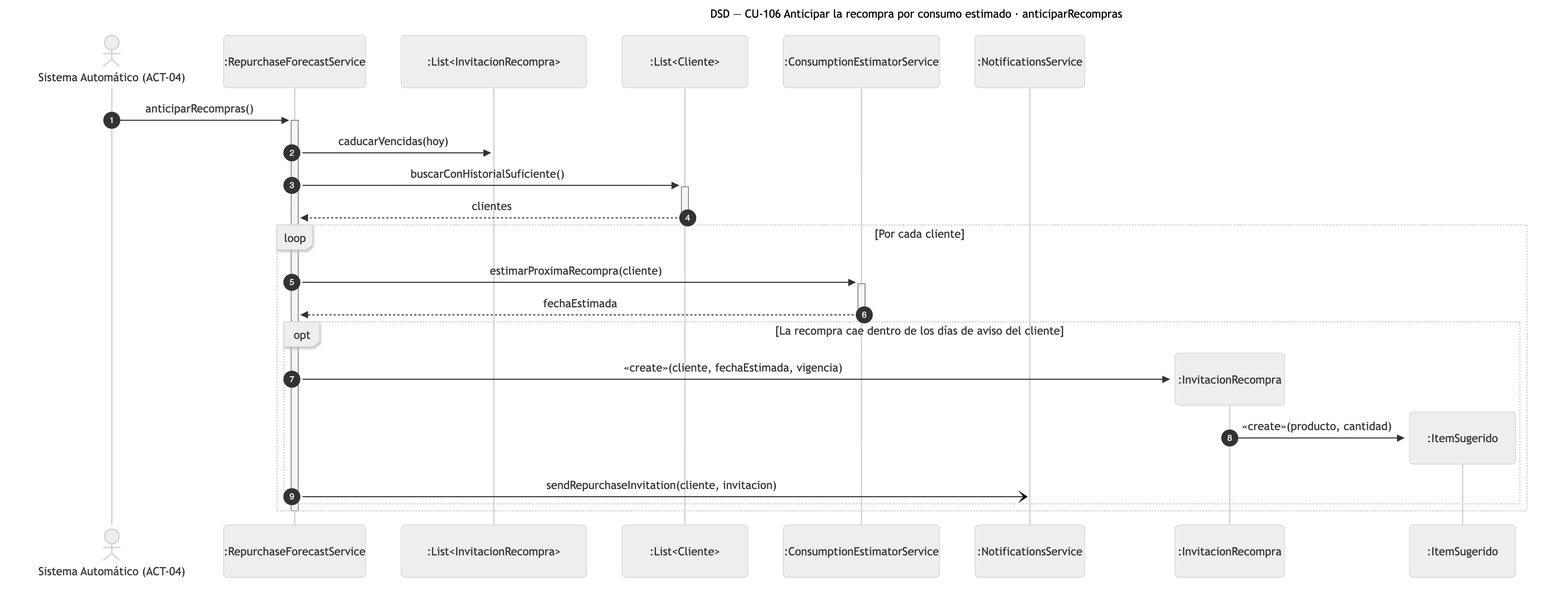
Before: diagramas/png/DSD_CU-106_anticiparRecompras.png, a diagram exported from Mermaid (Nahuelito-Dev/splg-docs). Its source is kept beside it as diagramas/DSD_CU-106_anticiparRecompras.mmd.
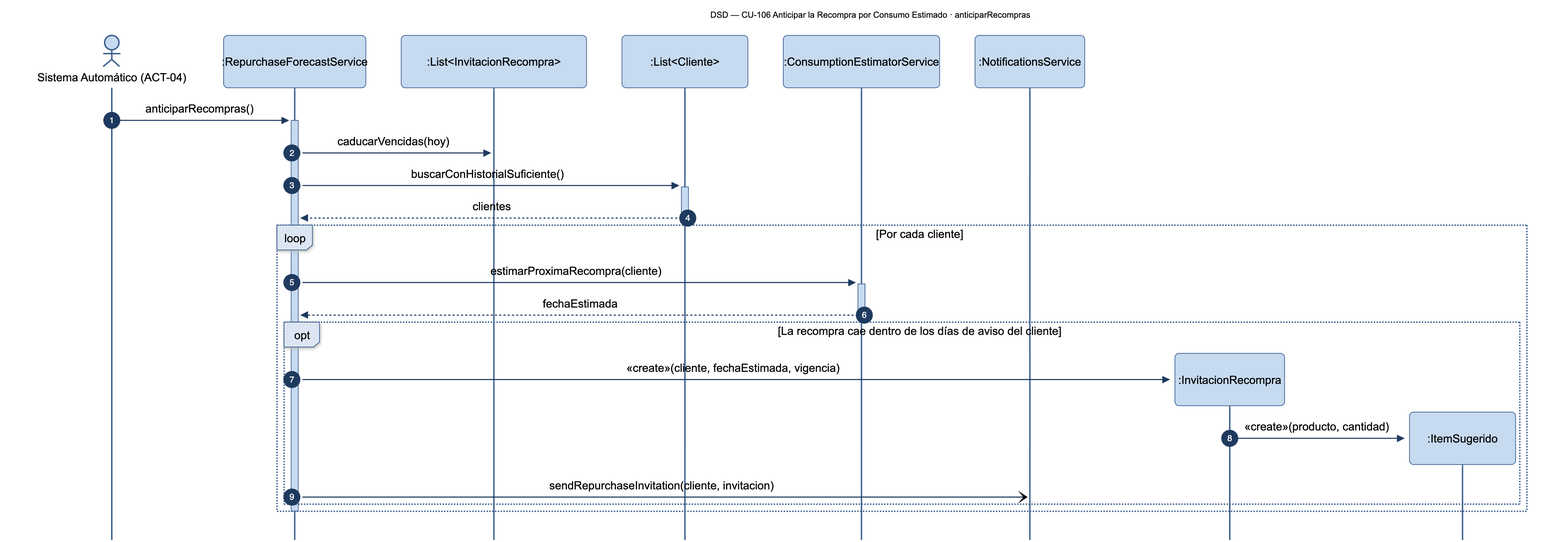
Later version of the same file.

The edit, as a diff of the source:
```diff
@@ -1,5 +1,5 @@
 sequenceDiagram
-    title DSD — CU-106 Anticipar la recompra por consumo estimado · anticiparRecompras
+    title DSD — CU-106 Anticipar la Recompra por Consumo Estimado · anticiparRecompras
     autonumber
     actor SIS as Sistema Automático (ACT-04)
     participant RFS as :RepurchaseForecastService
```
